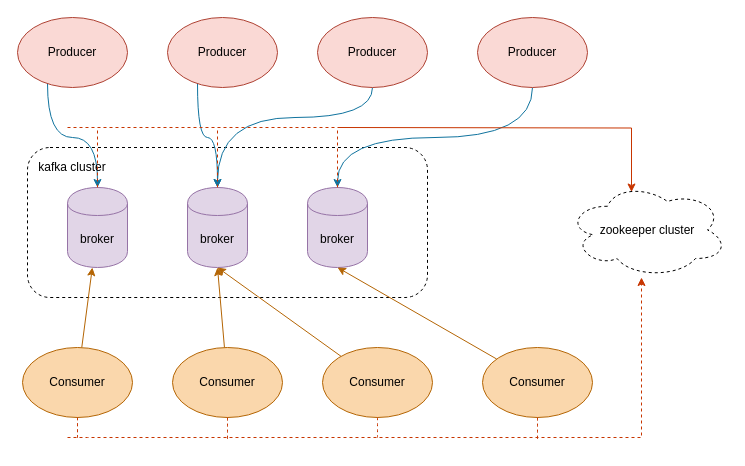
The draw.io diagram kafka.drawio in yrqing/draw.io, before the edit. Source tidied: cells renumbered, new cells numbered last; positions are measured from the earlier drawing's top-left corner, leaving out a move shared by most shapes. Both pictures are drawn from the tidied source at 100%, with x=0, y=0 at pixel (17, 17).
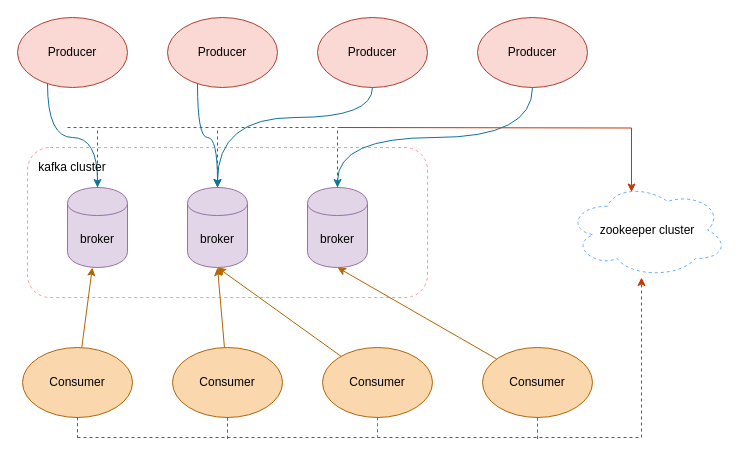
The same page after the edit.

Change to the diagram source:
```diff
@@
-    <mxCell id="2" style="rounded=1;whiteSpace=wrap;html=1;dashed=1;" parent="1" vertex="1">
+    <mxCell id="2" style="rounded=1;whiteSpace=wrap;html=1;dashed=1;strokeColor=#FF9999;" parent="1" vertex="1">
       <mxGeometry x="10" y="130" width="400" height="150" as="geometry" />
     </mxCell>
@@
-    <mxCell id="24" value="zookeeper cluster" style="ellipse;shape=cloud;whiteSpace=wrap;html=1;rounded=1;dashed=1;" parent="1" vertex="1">
+    <mxCell id="24" value="zookeeper cluster" style="ellipse;shape=cloud;whiteSpace=wrap;html=1;rounded=1;dashed=1;strokeColor=#66B2FF;" parent="1" vertex="1">
       <mxGeometry x="550" y="165" width="160" height="95" as="geometry" />
     </mxCell>
@@
     <mxCell id="26" style="endArrow=classic;html=1;edgeStyle=orthogonalEdgeStyle;rounded=0;fillColor=#fa6800;strokeColor=#C73500;dashed=1;" parent="1" edge="1">
       <mxGeometry relative="1" as="geometry">
-        <mxPoint x="50" y="420" as="sourcePoint" />
+        <mxPoint x="60" y="420" as="sourcePoint" />
         <mxPoint x="624" y="260" as="targetPoint" />
         <Array as="points">
           <mxPoint x="70" y="420" />
           <mxPoint x="624" y="420" />
         </Array>
       </mxGeometry>
     </mxCell>
```
